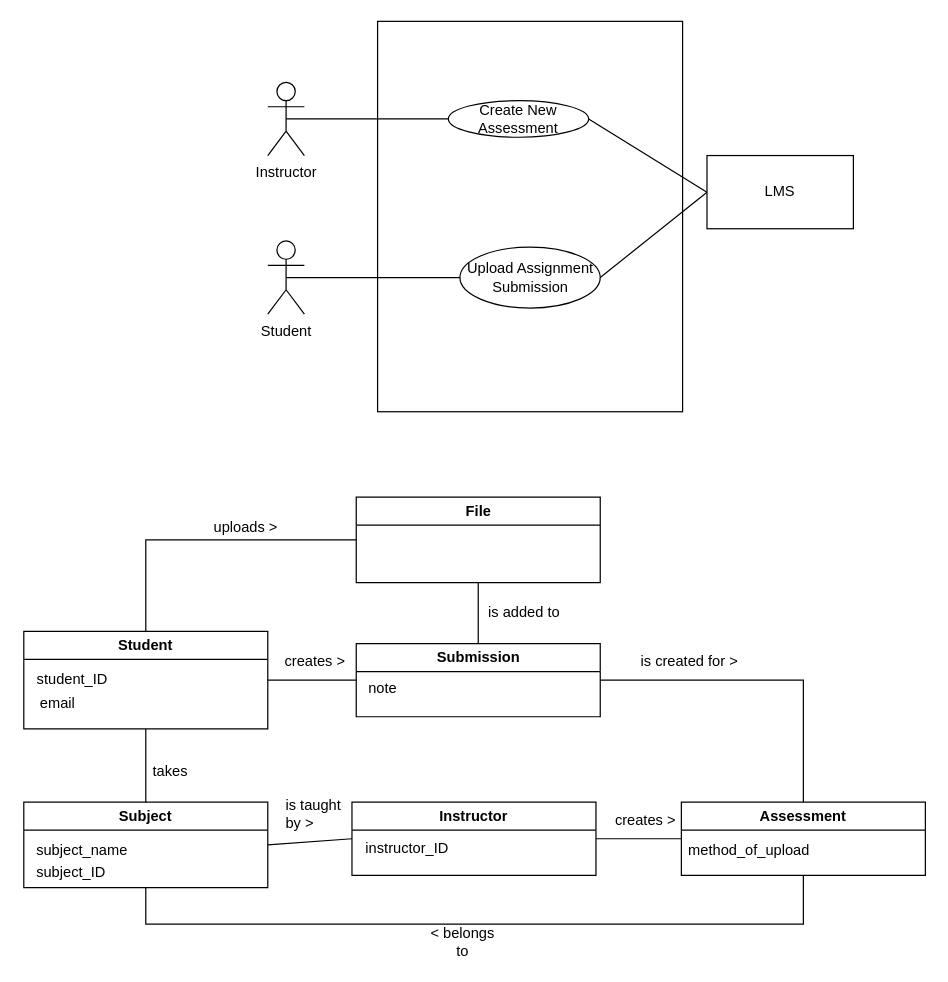
Before: page "Page-1" (1 of 2) of domain_model_Workshop_2.drawio in antonykimuom/SWEN30006-2025-SM1-workshop1-tuew05-14-00-team-12, a draw.io diagram. Source tidied: cells renumbered, new cells numbered last; positions are measured from the earlier drawing's top-left corner, leaving out a move shared by most shapes. Both pictures are drawn from the tidied source at 122%, with x=0, y=0 at pixel (21, 21).
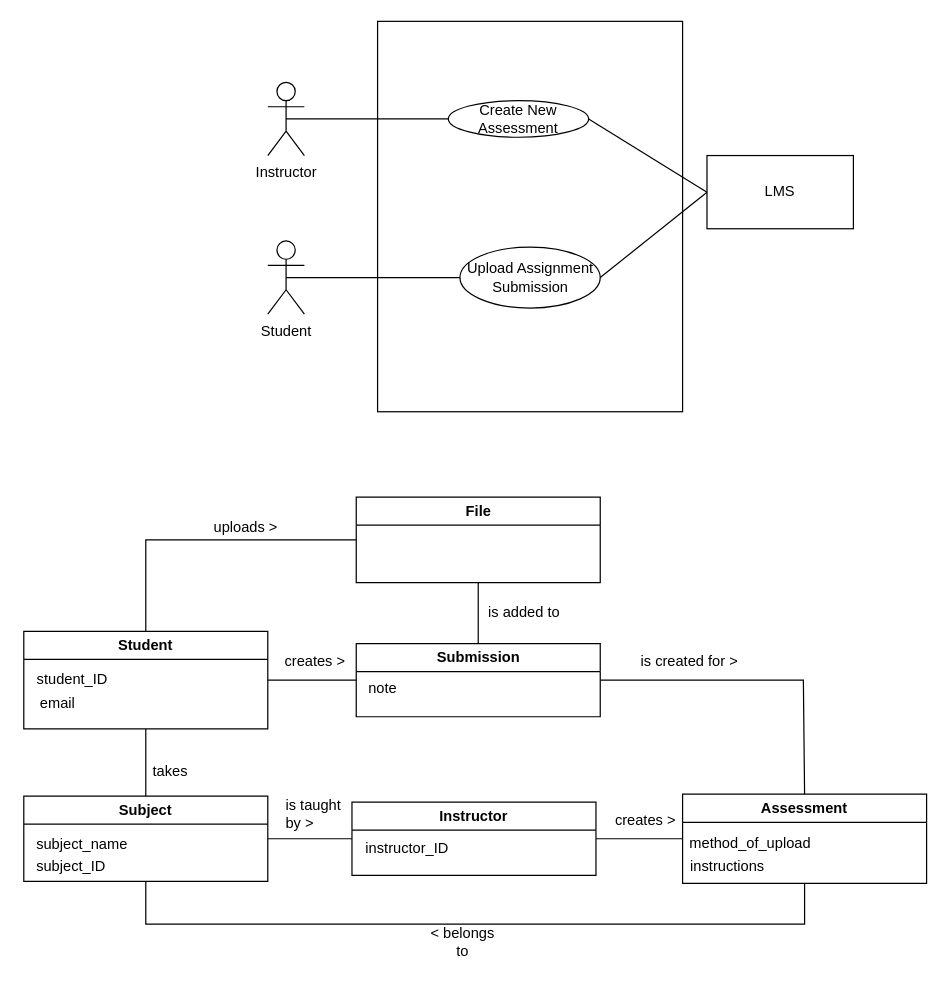
The same diagram, later.

Commit message:
added attribute and adjusted boxes

Diff of the diagram source:
```diff
@@
     <mxCell id="17" value="Assessment" style="swimlane;whiteSpace=wrap;html=1;" parent="1" vertex="1">
-      <mxGeometry x="541" y="640" width="200" height="60" as="geometry" />
+      <mxGeometry x="542" y="633.5" width="200" height="73" as="geometry" />
     </mxCell>
@@
+    <mxCell id="41" value="instructions" style="text;html=1;align=center;verticalAlign=middle;whiteSpace=wrap;rounded=0;" parent="17" vertex="1">
+      <mxGeometry x="7" y="44" width="60" height="30" as="geometry" />
+    </mxCell>
@@
     <mxCell id="22" value="Subject" style="swimlane;whiteSpace=wrap;html=1;" parent="1" vertex="1">
-      <mxGeometry x="2" y="640" width="200" height="70" as="geometry" />
+      <mxGeometry x="2" y="635" width="200" height="70" as="geometry" />
     </mxCell>
@@
     <mxCell id="35" style="endArrow=none;html=1;rounded=0;exitX=0.5;exitY=1;exitDx=0;exitDy=0;entryX=0.5;entryY=1;entryDx=0;entryDy=0;" parent="1" edge="1" source="22" target="17">
       <mxGeometry relative="1" as="geometry">
         <Array as="points">
           <mxPoint x="102" y="740" />
           <mxPoint x="372" y="740" />
-          <mxPoint x="641" y="740" />
+          <mxPoint x="642" y="740" />
         </Array>
       </mxGeometry>
     </mxCell>
```
